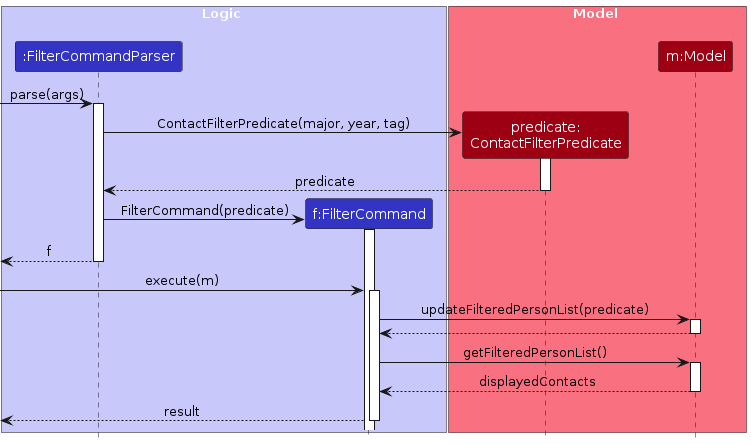
AY2627S1-CS2103T-F15-3/tp keeps this PlantUML diagram as diagrams/FilterSequenceDiagram.png. Above is the earlier version. Its source is kept beside it as diagrams/FilterSequenceDiagram.puml.
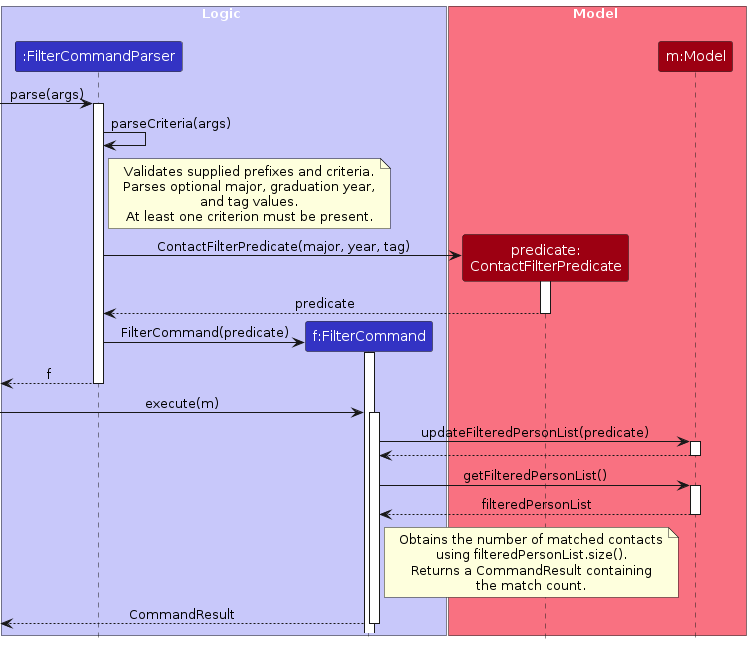
After the commit.

The edit, as a diff of the source:
```diff
@@ -15,6 +15,15 @@
 [-> Parser : parse(args)
 activate Parser
 
+Parser -> Parser : parseCriteria(args)
+
+note right of Parser
+  Validates supplied prefixes and criteria.
+  Parses optional major, graduation year,
+  and tag values.
+  At least one criterion must be present.
+end note
+
 create Predicate
 Parser -> Predicate : ContactFilterPredicate(major, year, tag)
 activate Predicate
@@ -31,6 +40,7 @@
 
 [-> Command : execute(m)
 activate Command
+
 Command -> Model : updateFilteredPersonList(predicate)
 activate Model
 Model --> Command
@@ -38,9 +48,17 @@
 
 Command -> Model : getFilteredPersonList()
 activate Model
-Model --> Command : displayedContacts
+Model --> Command : filteredPersonList
 deactivate Model
-[<-- Command : result
+
+note right of Command
+  Obtains the number of matched contacts
+  using filteredPersonList.size().
+  Returns a CommandResult containing
+  the match count.
+end note
+
+[<-- Command : CommandResult
 deactivate Command
 
 @enduml
```
